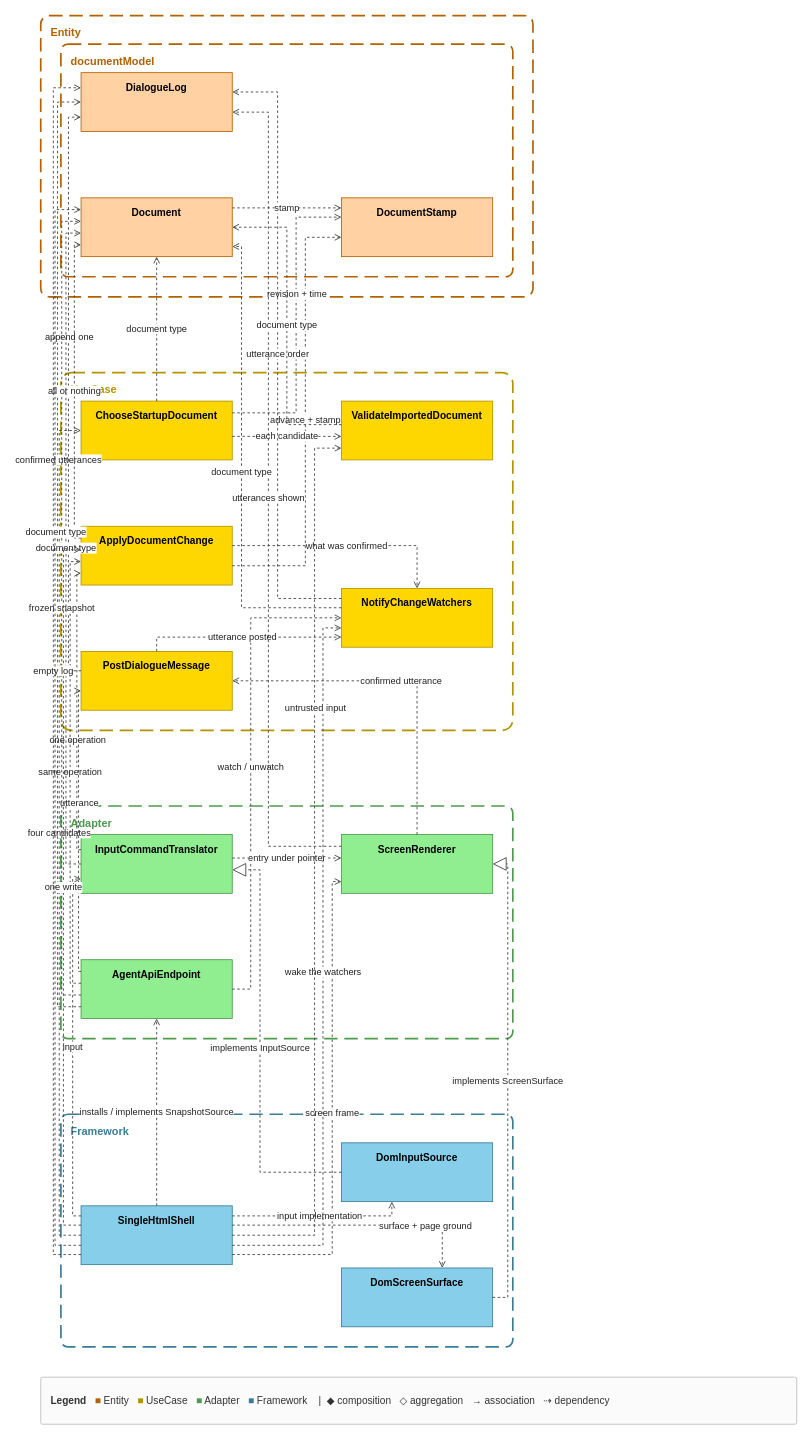
GoodRelax/gr-scheduler keeps this draw.io diagram as docs/spec/_source/view-startup.drawio. Above is the earlier version. Source tidied: cells renumbered, new cells numbered last; positions are measured from the earlier drawing's top-left corner, leaving out a move shared by most shapes. Both pictures are drawn from the tidied source at 84%, with x=0, y=0 at pixel (40, 15).
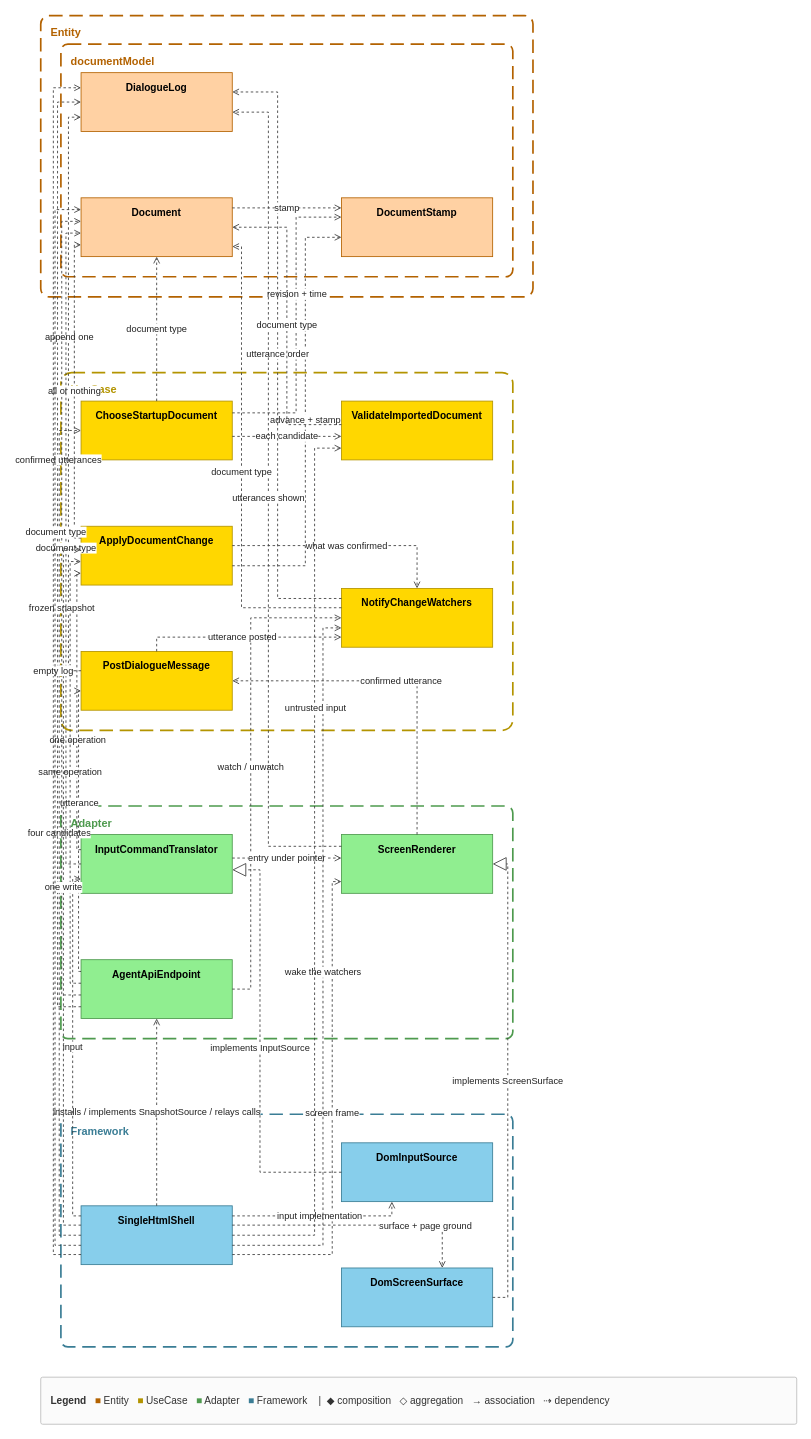
The same diagram, later.

The change refers to these unchanged cells:
```xml
<mxCell id="7" value="&lt;b&gt;SingleHtmlShell&lt;/b&gt;" style="rounded=0;whiteSpace=wrap;html=1;verticalAlign=top;spacingTop=4;fillColor=#87CEEB;strokeColor=#3A7D95;" parent="1" vertex="1">
  <mxGeometry x="48" y="1417" width="180" height="70" as="geometry" />
</mxCell>
<mxCell id="9" value="&lt;b&gt;AgentApiEndpoint&lt;/b&gt;" style="rounded=0;whiteSpace=wrap;html=1;verticalAlign=top;spacingTop=4;fillColor=#90EE90;strokeColor=#4E9A4E;" parent="1" vertex="1">
  <mxGeometry x="48" y="1124" width="180" height="70" as="geometry" />
</mxCell>
```

Change to the diagram source:
```diff
@@
-    <mxCell id="21" value="installs / implements SnapshotSource" style="edgeStyle=orthogonalEdgeStyle;rounded=0;html=1;strokeColor=#3A3A3A;fontSize=11;fontColor=#222222;labelBackgroundColor=#FFFFFF;endArrow=open;dashed=1;" parent="1" edge="1" source="7" target="9">
+    <mxCell id="21" value="installs / implements SnapshotSource / relays calls" style="edgeStyle=orthogonalEdgeStyle;rounded=0;html=1;strokeColor=#3A3A3A;fontSize=11;fontColor=#222222;labelBackgroundColor=#FFFFFF;endArrow=open;dashed=1;" parent="1" edge="1" source="7" target="9">
       <mxGeometry relative="1" as="geometry">
         <Array as="points">
           <mxPoint x="138" y="1360" />
           <mxPoint x="138" y="1251" />
         </Array>
       </mxGeometry>
     </mxCell>
```
